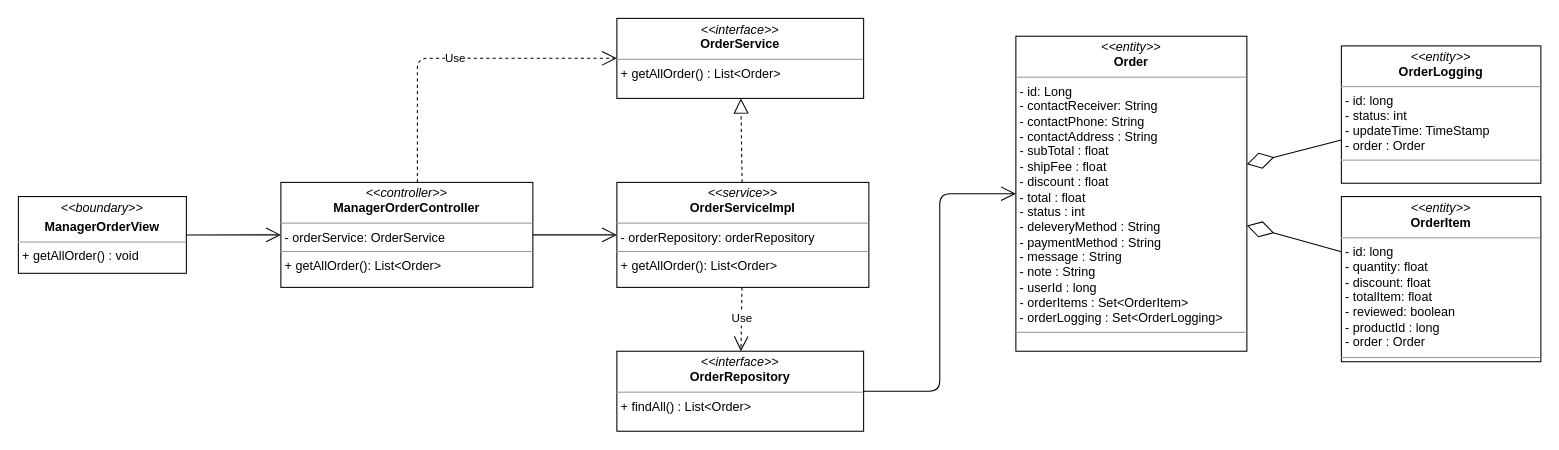
nguyenphamvan/datn_20202 keeps this draw.io diagram as class diagram/manager-order-class-diagram.drawio. Above is the earlier version. Source tidied: cells renumbered, new cells numbered last; positions are measured from the earlier drawing's top-left corner, leaving out a move shared by most shapes. Both pictures are drawn from the tidied source at 105%, with x=0, y=0 at pixel (18, 18).
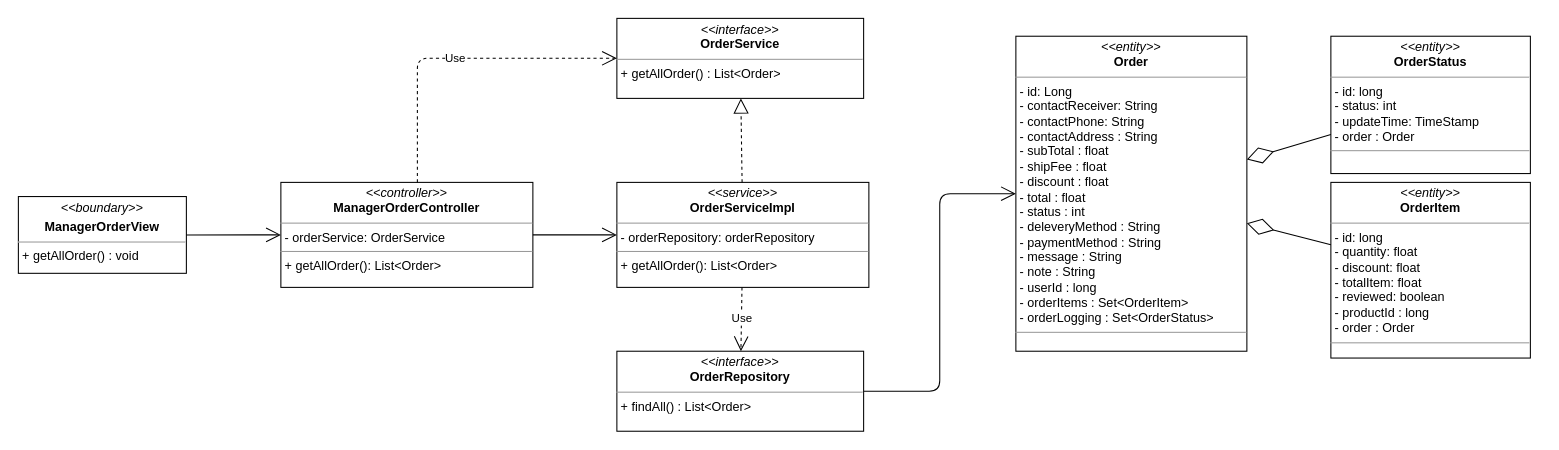
The same page after the edit.

What changed in the source:
```diff
@@
 <mxGraphModel>
   <root>
     <mxCell id="0" />
     <mxCell id="1" parent="0" />
     <mxCell id="2" value="&lt;p style=&quot;margin: 0px ; margin-top: 4px ; text-align: center&quot;&gt;&lt;i&gt;&amp;lt;&amp;lt;boundary&amp;gt;&amp;gt;&lt;/i&gt;&lt;/p&gt;&lt;p style=&quot;margin: 0px ; margin-top: 4px ; text-align: center&quot;&gt;&lt;b&gt;ManagerOrderView&lt;/b&gt;&lt;/p&gt;&lt;hr size=&quot;1&quot;&gt;&lt;p style=&quot;margin: 0px ; margin-left: 4px&quot;&gt;&lt;span&gt;+ getAllOrder() : void&lt;/span&gt;&lt;br&gt;&lt;/p&gt;" style="verticalAlign=top;align=left;overflow=fill;fontSize=12;fontFamily=Helvetica;html=1;" parent="1" vertex="1">
       <mxGeometry y="169.7" width="160" height="73.1" as="geometry" />
     </mxCell>
     <mxCell id="3" style="endArrow=open;endFill=1;endSize=12;html=1;entryX=0;entryY=0.5;entryDx=0;entryDy=0;exitX=1;exitY=0.5;exitDx=0;exitDy=0;" parent="1" edge="1" source="2" target="7">
       <mxGeometry relative="1" as="geometry" />
     </mxCell>
     <mxCell id="4" style="endArrow=open;endFill=1;endSize=12;html=1;exitX=1;exitY=0.5;exitDx=0;exitDy=0;edgeStyle=orthogonalEdgeStyle;" parent="1" edge="1" source="5" target="13">
       <mxGeometry relative="1" as="geometry" />
     </mxCell>
     <mxCell id="5" value="&lt;p style=&quot;margin: 0px ; margin-top: 4px ; text-align: center&quot;&gt;&lt;i&gt;&amp;lt;&amp;lt;interface&amp;gt;&amp;gt;&lt;/i&gt;&lt;br&gt;&lt;b&gt;OrderRepository&lt;/b&gt;&lt;/p&gt;&lt;hr size=&quot;1&quot;&gt;&lt;p style=&quot;margin: 0px ; margin-left: 4px&quot;&gt;+ findAll() : List&amp;lt;Order&amp;gt;&lt;/p&gt;" style="verticalAlign=top;align=left;overflow=fill;fontSize=12;fontFamily=Helvetica;html=1;" parent="1" vertex="1">
       <mxGeometry x="570" y="317" width="235" height="76.2" as="geometry" />
     </mxCell>
     <mxCell id="6" value="&lt;p style=&quot;margin: 0px ; margin-top: 4px ; text-align: center&quot;&gt;&lt;i&gt;&amp;lt;&amp;lt;interface&amp;gt;&amp;gt;&lt;/i&gt;&lt;br&gt;&lt;b&gt;OrderService&lt;/b&gt;&lt;/p&gt;&lt;hr size=&quot;1&quot;&gt;&lt;p style=&quot;margin: 0px ; margin-left: 4px&quot;&gt;+ getAllOrder() : List&amp;lt;Order&amp;gt;&lt;/p&gt;" style="verticalAlign=top;align=left;overflow=fill;fontSize=12;fontFamily=Helvetica;html=1;" parent="1" vertex="1">
       <mxGeometry x="570" width="235" height="76.2" as="geometry" />
     </mxCell>
     <mxCell id="7" value="&lt;p style=&quot;margin: 0px ; margin-top: 4px ; text-align: center&quot;&gt;&lt;i&gt;&amp;lt;&amp;lt;controller&amp;gt;&amp;gt;&lt;/i&gt;&lt;br&gt;&lt;b&gt;ManagerOrderController&lt;/b&gt;&lt;br&gt;&lt;/p&gt;&lt;hr size=&quot;1&quot;&gt;&lt;p style=&quot;margin: 0px ; margin-left: 4px&quot;&gt;- orderService: OrderService&lt;br&gt;&lt;/p&gt;&lt;hr size=&quot;1&quot;&gt;&lt;p style=&quot;margin: 0px ; margin-left: 4px&quot;&gt;+ getAllOrder(): List&amp;lt;Order&amp;gt;&lt;br&gt;&lt;/p&gt;" style="verticalAlign=top;align=left;overflow=fill;fontSize=12;fontFamily=Helvetica;html=1;" parent="1" vertex="1">
       <mxGeometry x="250" y="156.2" width="240" height="100" as="geometry" />
     </mxCell>
     <mxCell id="8" value="&lt;p style=&quot;margin: 0px ; margin-top: 4px ; text-align: center&quot;&gt;&lt;i&gt;&amp;lt;&amp;lt;service&amp;gt;&amp;gt;&lt;/i&gt;&lt;br&gt;&lt;b&gt;OrderServiceImpl&lt;/b&gt;&lt;/p&gt;&lt;hr size=&quot;1&quot;&gt;&lt;p style=&quot;margin: 0px ; margin-left: 4px&quot;&gt;- orderRepository: orderRepository&lt;br&gt;&lt;/p&gt;&lt;hr size=&quot;1&quot;&gt;&lt;p style=&quot;margin: 0px ; margin-left: 4px&quot;&gt;+ getAllOrder(): List&amp;lt;Order&amp;gt;&lt;br&gt;&lt;/p&gt;" style="verticalAlign=top;align=left;overflow=fill;fontSize=12;fontFamily=Helvetica;html=1;" parent="1" vertex="1">
       <mxGeometry x="570" y="156.2" width="240" height="100" as="geometry" />
     </mxCell>
     <mxCell id="9" value="Use" style="endArrow=open;endSize=12;dashed=1;html=1;edgeStyle=orthogonalEdgeStyle;" parent="1" edge="1" source="7" target="6">
       <mxGeometry relative="1" as="geometry">
         <Array as="points">
           <mxPoint x="380" y="38" />
         </Array>
       </mxGeometry>
     </mxCell>
     <mxCell id="10" style="endArrow=block;dashed=1;endFill=0;endSize=12;html=1;" parent="1" edge="1" source="8" target="6">
       <mxGeometry relative="1" as="geometry" />
     </mxCell>
     <mxCell id="11" value="Use" style="endArrow=open;endSize=12;dashed=1;html=1;" parent="1" edge="1" source="8" target="5">
       <mxGeometry relative="1" as="geometry" />
     </mxCell>
     <mxCell id="12" style="endArrow=open;endFill=1;endSize=12;html=1;" parent="1" edge="1" source="7" target="8">
       <mxGeometry relative="1" as="geometry" />
     </mxCell>
-    <mxCell id="13" value="&lt;p style=&quot;margin: 0px ; margin-top: 4px ; text-align: center&quot;&gt;&lt;i&gt;&amp;lt;&amp;lt;entity&amp;gt;&amp;gt;&lt;/i&gt;&lt;br&gt;&lt;b&gt;Order&lt;/b&gt;&lt;/p&gt;&lt;hr size=&quot;1&quot;&gt;&lt;p style=&quot;margin: 0px ; margin-left: 4px&quot;&gt;- id: Long&lt;/p&gt;&lt;p style=&quot;margin: 0px 0px 0px 4px&quot;&gt;- contactReceiver: String&lt;br&gt;- contactPhone: String&lt;/p&gt;&lt;p style=&quot;margin: 0px 0px 0px 4px&quot;&gt;- contactAddress : String&lt;/p&gt;&lt;p style=&quot;margin: 0px 0px 0px 4px&quot;&gt;- subTotal : float&lt;/p&gt;&lt;p style=&quot;margin: 0px 0px 0px 4px&quot;&gt;- shipFee : float&lt;/p&gt;&lt;p style=&quot;margin: 0px 0px 0px 4px&quot;&gt;- discount : float&lt;/p&gt;&lt;p style=&quot;margin: 0px 0px 0px 4px&quot;&gt;- total : float&lt;/p&gt;&lt;p style=&quot;margin: 0px 0px 0px 4px&quot;&gt;- status : int&lt;/p&gt;&lt;p style=&quot;margin: 0px 0px 0px 4px&quot;&gt;- deleveryMethod : String&lt;/p&gt;&lt;p style=&quot;margin: 0px 0px 0px 4px&quot;&gt;- paymentMethod : String&lt;/p&gt;&lt;p style=&quot;margin: 0px 0px 0px 4px&quot;&gt;- message : String&lt;/p&gt;&lt;p style=&quot;margin: 0px 0px 0px 4px&quot;&gt;- note : String&lt;/p&gt;&lt;p style=&quot;margin: 0px 0px 0px 4px&quot;&gt;- userId : long&lt;/p&gt;&lt;p style=&quot;margin: 0px 0px 0px 4px&quot;&gt;- orderItems : Set&amp;lt;OrderItem&amp;gt;&lt;/p&gt;&lt;p style=&quot;margin: 0px 0px 0px 4px&quot;&gt;- orderLogging : Set&amp;lt;OrderLogging&amp;gt;&amp;nbsp;&lt;/p&gt;&lt;hr size=&quot;1&quot;&gt;&lt;p style=&quot;margin: 0px ; margin-left: 4px&quot;&gt;&lt;br&gt;&lt;/p&gt;" style="verticalAlign=top;align=left;overflow=fill;fontSize=12;fontFamily=Helvetica;html=1;" parent="1" vertex="1">
+    <mxCell id="13" value="&lt;p style=&quot;margin: 0px ; margin-top: 4px ; text-align: center&quot;&gt;&lt;i&gt;&amp;lt;&amp;lt;entity&amp;gt;&amp;gt;&lt;/i&gt;&lt;br&gt;&lt;b&gt;Order&lt;/b&gt;&lt;/p&gt;&lt;hr size=&quot;1&quot;&gt;&lt;p style=&quot;margin: 0px ; margin-left: 4px&quot;&gt;- id: Long&lt;/p&gt;&lt;p style=&quot;margin: 0px 0px 0px 4px&quot;&gt;- contactReceiver: String&lt;br&gt;- contactPhone: String&lt;/p&gt;&lt;p style=&quot;margin: 0px 0px 0px 4px&quot;&gt;- contactAddress : String&lt;/p&gt;&lt;p style=&quot;margin: 0px 0px 0px 4px&quot;&gt;- subTotal : float&lt;/p&gt;&lt;p style=&quot;margin: 0px 0px 0px 4px&quot;&gt;- shipFee : float&lt;/p&gt;&lt;p style=&quot;margin: 0px 0px 0px 4px&quot;&gt;- discount : float&lt;/p&gt;&lt;p style=&quot;margin: 0px 0px 0px 4px&quot;&gt;- total : float&lt;/p&gt;&lt;p style=&quot;margin: 0px 0px 0px 4px&quot;&gt;- status : int&lt;/p&gt;&lt;p style=&quot;margin: 0px 0px 0px 4px&quot;&gt;- deleveryMethod : String&lt;/p&gt;&lt;p style=&quot;margin: 0px 0px 0px 4px&quot;&gt;- paymentMethod : String&lt;/p&gt;&lt;p style=&quot;margin: 0px 0px 0px 4px&quot;&gt;- message : String&lt;/p&gt;&lt;p style=&quot;margin: 0px 0px 0px 4px&quot;&gt;- note : String&lt;/p&gt;&lt;p style=&quot;margin: 0px 0px 0px 4px&quot;&gt;- userId : long&lt;/p&gt;&lt;p style=&quot;margin: 0px 0px 0px 4px&quot;&gt;- orderItems : Set&amp;lt;OrderItem&amp;gt;&lt;/p&gt;&lt;p style=&quot;margin: 0px 0px 0px 4px&quot;&gt;- orderLogging : Set&amp;lt;OrderStatus&amp;gt;&amp;nbsp;&lt;/p&gt;&lt;hr size=&quot;1&quot;&gt;&lt;p style=&quot;margin: 0px ; margin-left: 4px&quot;&gt;&lt;br&gt;&lt;/p&gt;" style="verticalAlign=top;align=left;overflow=fill;fontSize=12;fontFamily=Helvetica;html=1;" parent="1" vertex="1">
       <mxGeometry x="950" y="17" width="220" height="300" as="geometry" />
     </mxCell>
     <mxCell id="14" value="&lt;p style=&quot;margin: 0px ; margin-top: 4px ; text-align: center&quot;&gt;&lt;i&gt;&amp;lt;&amp;lt;entity&amp;gt;&amp;gt;&lt;/i&gt;&lt;br&gt;&lt;b&gt;OrderItem&lt;/b&gt;&lt;/p&gt;&lt;hr size=&quot;1&quot;&gt;&lt;p style=&quot;margin: 0px ; margin-left: 4px&quot;&gt;- id: long&lt;/p&gt;&lt;p style=&quot;margin: 0px ; margin-left: 4px&quot;&gt;- quantity: float&lt;br&gt;- discount: float&lt;/p&gt;&lt;p style=&quot;margin: 0px ; margin-left: 4px&quot;&gt;- totalItem: float&lt;/p&gt;&lt;p style=&quot;margin: 0px ; margin-left: 4px&quot;&gt;- reviewed: boolean&lt;/p&gt;&lt;p style=&quot;margin: 0px ; margin-left: 4px&quot;&gt;- productId : long&lt;/p&gt;&lt;p style=&quot;margin: 0px ; margin-left: 4px&quot;&gt;- order : Order&lt;/p&gt;&lt;hr size=&quot;1&quot;&gt;&lt;p style=&quot;margin: 0px ; margin-left: 4px&quot;&gt;&lt;br&gt;&lt;/p&gt;" style="verticalAlign=top;align=left;overflow=fill;fontSize=12;fontFamily=Helvetica;html=1;" parent="1" vertex="1">
-      <mxGeometry x="1260" y="169.7" width="190" height="157.3" as="geometry" />
+      <mxGeometry x="1250" y="156.2" width="190" height="167.3" as="geometry" />
     </mxCell>
-    <mxCell id="15" value="&lt;p style=&quot;margin: 0px ; margin-top: 4px ; text-align: center&quot;&gt;&lt;i&gt;&amp;lt;&amp;lt;entity&amp;gt;&amp;gt;&lt;/i&gt;&lt;br&gt;&lt;b&gt;OrderLogging&lt;/b&gt;&lt;/p&gt;&lt;hr size=&quot;1&quot;&gt;&lt;p style=&quot;margin: 0px ; margin-left: 4px&quot;&gt;- id: long&lt;/p&gt;&lt;p style=&quot;margin: 0px ; margin-left: 4px&quot;&gt;- status: int&lt;br&gt;- updateTime: TimeStamp&lt;/p&gt;&lt;p style=&quot;margin: 0px ; margin-left: 4px&quot;&gt;- order : Order&lt;/p&gt;&lt;hr size=&quot;1&quot;&gt;&lt;p style=&quot;margin: 0px ; margin-left: 4px&quot;&gt;&lt;br&gt;&lt;/p&gt;" style="verticalAlign=top;align=left;overflow=fill;fontSize=12;fontFamily=Helvetica;html=1;" parent="1" vertex="1">
-      <mxGeometry x="1260" y="26.2" width="190" height="130.8" as="geometry" />
+    <mxCell id="15" value="&lt;p style=&quot;margin: 0px ; margin-top: 4px ; text-align: center&quot;&gt;&lt;i&gt;&amp;lt;&amp;lt;entity&amp;gt;&amp;gt;&lt;/i&gt;&lt;br&gt;&lt;b&gt;OrderStatus&lt;/b&gt;&lt;/p&gt;&lt;hr size=&quot;1&quot;&gt;&lt;p style=&quot;margin: 0px ; margin-left: 4px&quot;&gt;- id: long&lt;/p&gt;&lt;p style=&quot;margin: 0px ; margin-left: 4px&quot;&gt;- status: int&lt;br&gt;- updateTime: TimeStamp&lt;/p&gt;&lt;p style=&quot;margin: 0px ; margin-left: 4px&quot;&gt;- order : Order&lt;/p&gt;&lt;hr size=&quot;1&quot;&gt;&lt;p style=&quot;margin: 0px ; margin-left: 4px&quot;&gt;&lt;br&gt;&lt;/p&gt;" style="verticalAlign=top;align=left;overflow=fill;fontSize=12;fontFamily=Helvetica;html=1;" parent="1" vertex="1">
+      <mxGeometry x="1250" y="17" width="190" height="130.8" as="geometry" />
     </mxCell>
     <mxCell id="16" style="endArrow=diamondThin;endFill=0;endSize=24;html=1;" parent="1" edge="1" source="15" target="13">
       <mxGeometry relative="1" as="geometry" />
     </mxCell>
     <mxCell id="17" style="endArrow=diamondThin;endFill=0;endSize=24;html=1;" parent="1" edge="1" source="14" target="13">
       <mxGeometry relative="1" as="geometry" />
     </mxCell>
   </root>
 </mxGraphModel>
```
